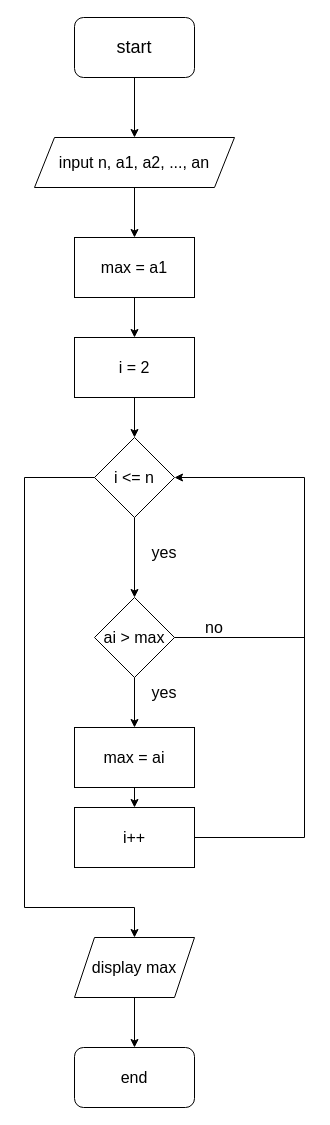
Before: module 1/ss3_pseudo_code_and_flow_chart/bai_tap/greatest_of_n_number/greatest_of_n_number_draw.drawio in N0scat/A0622I1-HoangHung, a draw.io diagram. Source tidied: cells renumbered, new cells numbered last; positions are measured from the earlier drawing's top-left corner, leaving out a move shared by most shapes. Both pictures are drawn from the tidied source at 100%, with x=0, y=0 at pixel (24, 17).
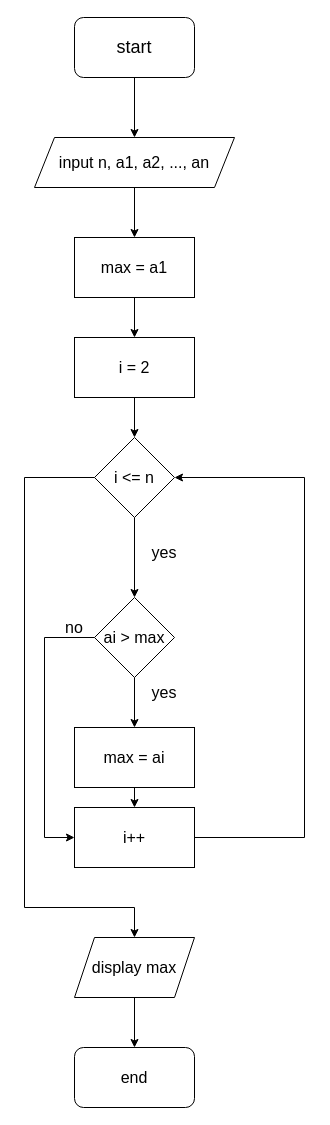
After the change.

The change refers to these unchanged cells:
```xml
<mxCell id="12" value="ai &amp;gt; max" style="rhombus;whiteSpace=wrap;html=1;fontSize=16;" parent="1" vertex="1">
  <mxGeometry x="70" y="580" width="80" height="80" as="geometry" />
</mxCell>
<mxCell id="18" value="i++" style="rounded=0;whiteSpace=wrap;html=1;fontSize=16;" parent="1" vertex="1">
  <mxGeometry x="50" y="790" width="120" height="60" as="geometry" />
</mxCell>
```

The edit, as a diff of the source:
```diff
@@
-    <mxCell id="21" style="endArrow=none;html=1;rounded=0;fontSize=16;exitX=1;exitY=0.5;exitDx=0;exitDy=0;" parent="1" edge="1" source="12">
-      <mxGeometry relative="1" as="geometry">
-        <mxPoint x="280" y="620" as="targetPoint" />
-      </mxGeometry>
-    </mxCell>
     <mxCell id="22" value="no" style="text;html=1;strokeColor=none;fillColor=none;align=center;verticalAlign=middle;whiteSpace=wrap;rounded=0;fontSize=16;" parent="1" vertex="1">
-      <mxGeometry x="160" y="600" width="60" height="20" as="geometry" />
+      <mxGeometry x="20" y="600" width="60" height="20" as="geometry" />
     </mxCell>
@@
+    <mxCell id="28" style="endArrow=none;html=1;rounded=0;exitX=0;exitY=0.5;exitDx=0;exitDy=0;" parent="1" edge="1" source="12">
+      <mxGeometry relative="1" as="geometry">
+        <mxPoint x="20" y="620" as="targetPoint" />
+      </mxGeometry>
+    </mxCell>
+    <mxCell id="29" style="endArrow=classic;html=1;rounded=0;entryX=0;entryY=0.5;entryDx=0;entryDy=0;" parent="1" edge="1" target="18">
+      <mxGeometry relative="1" as="geometry">
+        <mxPoint x="20" y="620" as="sourcePoint" />
+        <Array as="points">
+          <mxPoint x="20" y="820" />
+        </Array>
+      </mxGeometry>
+    </mxCell>
```
